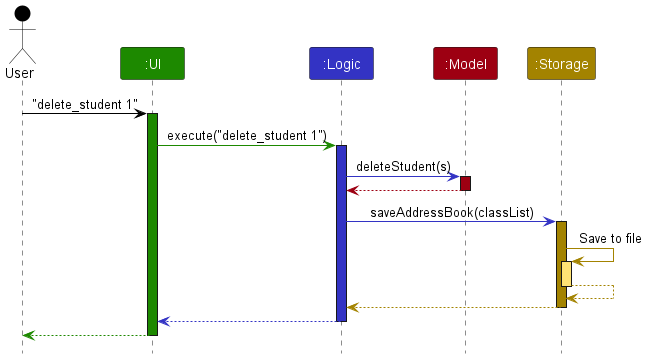
Earlier version of the PlantUML export docs/images/ArchitectureSequenceDiagram.png (nus-cs2103-AY2223S2/tp).
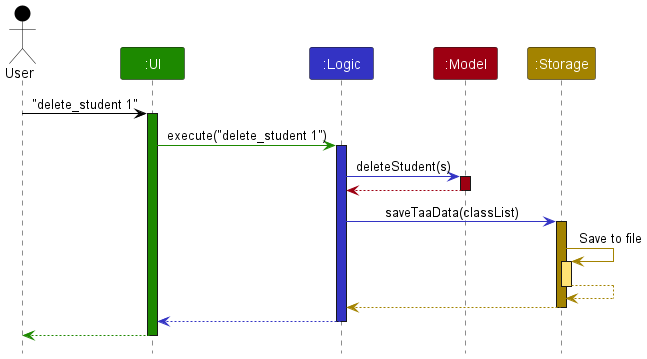
After the commit.

The edit, as a diff of the source:
```diff
@@ -19,7 +19,7 @@
 model -[MODEL_COLOR]-> logic
 deactivate model
 
-logic -[LOGIC_COLOR]> storage : saveAddressBook(classList)
+logic -[LOGIC_COLOR]> storage : saveTaaData(classList)
 activate storage STORAGE_COLOR
 
 storage -[STORAGE_COLOR]> storage : Save to file
```
